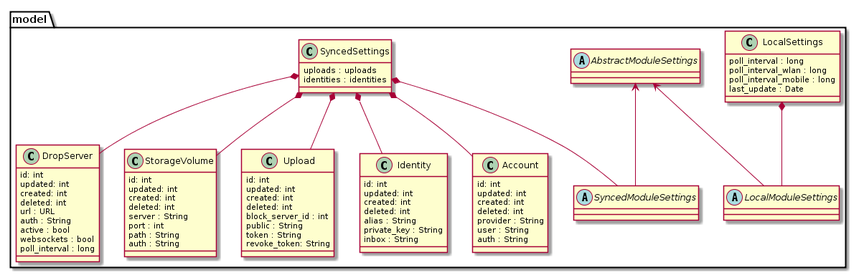
Before: images/classdiagram_overview.png, a diagram exported from PlantUML (Qabel/qabel.github.io).
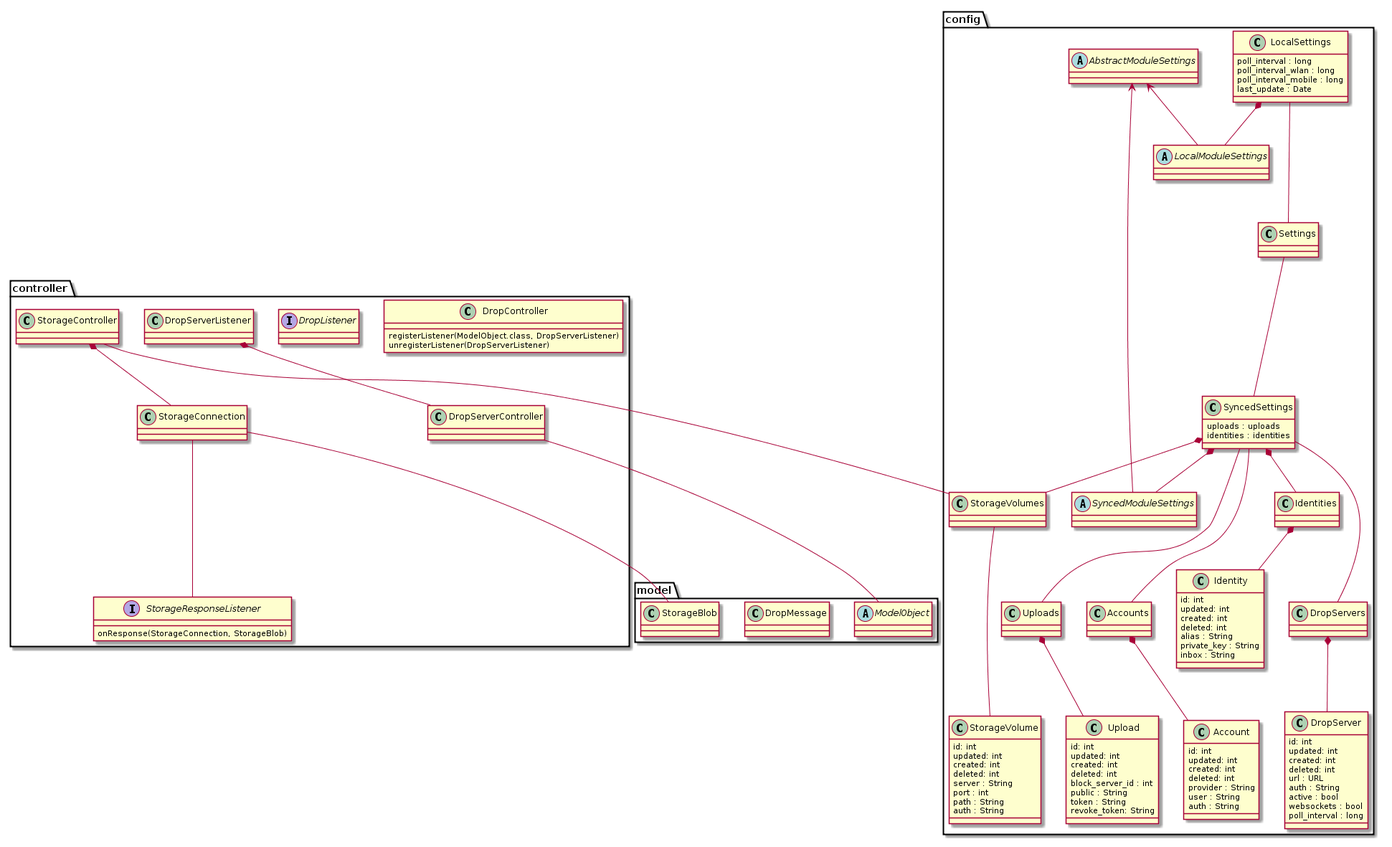
The same diagram one commit later.

Commit message:
working on classdiagram

Diff of the diagram source:
```diff
@@ -1,5 +1,10 @@
 @startuml
-package model {
+package config {
+	class Settings {
+
+	}
+	Settings --- SyncedSettings
+	LocalSettings --- Settings
 	abstract AbstractModuleSettings {
 
 	}
@@ -36,7 +41,10 @@
 		user : String
 		auth : String
 	}
-	SyncedSettings *-- Account
+	class Accounts {
+	}
+	Accounts *-- Account
+	SyncedSettings --- Accounts
 
 	class DropServer {
 		id: int
@@ -49,7 +57,8 @@
 		websockets : bool
 		poll_interval : long
 	}
-	SyncedSettings *-- DropServer
+	DropServers *-- DropServer
+	SyncedSettings --- DropServers
 
 	class StorageVolume {
 		id: int
@@ -61,7 +70,11 @@
 		path : String
 		auth : String
 	}
-	SyncedSettings *-- StorageVolume
+	class StorageVolumes {
+
+	}
+	StorageVolumes --- StorageVolume
+	SyncedSettings *-- StorageVolumes
 
 	class Upload {
 		id: int
@@ -73,7 +86,11 @@
 		token : String
 		revoke_token: String
 	}
-	SyncedSettings *-- Upload
+	Class Uploads {
+
+	}
+	Uploads *-- Upload
+	SyncedSettings --- Uploads
 
 	class Identity {
 		id: int
@@ -84,6 +101,47 @@
 		private_key : String
 		inbox : String
 	}
-	SyncedSettings *-- Identity
+	class Identities {
+
+	}
+	Identities *-- Identity
+	SyncedSettings *-- Identities
+}
+package model {
+	abstract ModelObject {
+
+	}
+
+	class DropMessage {
+
+	}
+
+	class StorageBlob {
+
+	}
+}
+package controller {
+	class DropController {
+		registerListener(ModelObject.class, DropServerListener)
+		unregisterListener(DropServerListener)
+	}
+	DropServerController --- ModelObject
+	interface DropListener {
+
+	}
+	DropServerListener *-- DropServerController
+	StorageController --- StorageVolumes
+	class StorageController {
+
+	}
+	class StorageConnection {
+
+	}
+	interface StorageResponseListener {
+		onResponse(StorageConnection, StorageBlob)
+	}
+	StorageConnection --- StorageResponseListener
+	StorageController *-- StorageConnection
+	StorageBlob --- StorageConnection
 }
 @enduml
```
